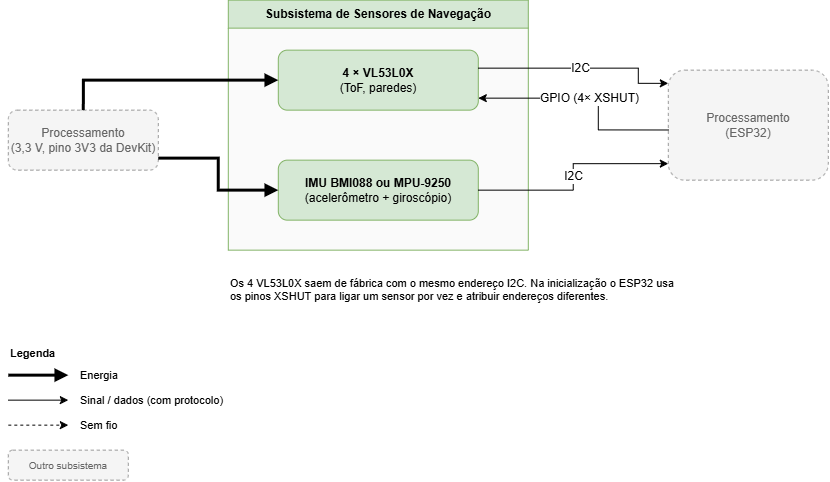
This is hw/Placa de Integração/Diagrama de blocos/Diagrama de blocos-Sensores de Navegação.drawio.png from fcte-pi1/2026.2_PI1_Grupo2_Hilmer, a draw.io export, as it was before one commit. Source tidied: cells renumbered, new cells last; positions are measured from the earlier drawing's top-left corner, leaving out a move shared by most shapes.
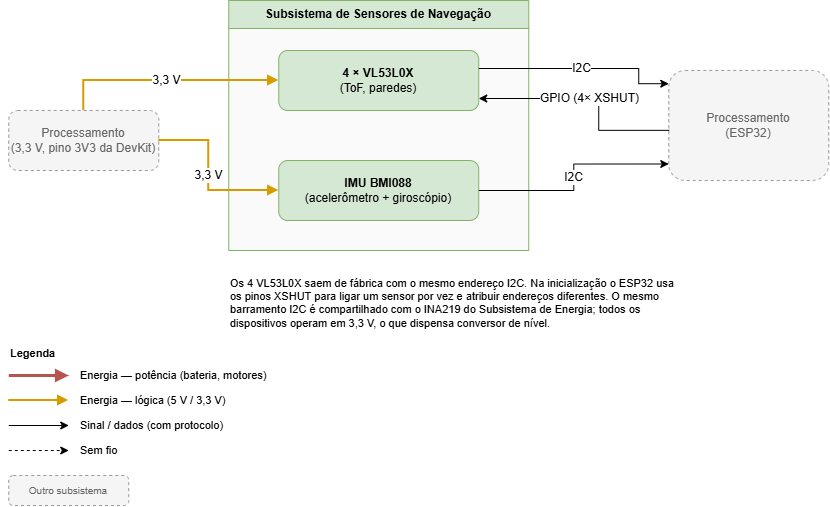
The same file after the commit.

Commit message:
[Hardware] Atualiza diagrama de blocos e projeto conceitual para a arquitetura de alimentação definida

Change to the diagram source:
```diff
@@ -8,7 +8,7 @@
     <mxCell id="3" value="&lt;b&gt;4 × VL53L0X&lt;/b&gt;&lt;br&gt;(ToF, paredes)" style="rounded=1;whiteSpace=wrap;html=1;fillColor=#d5e8d4;strokeColor=#82b366;" parent="2" vertex="1">
       <mxGeometry x="50" y="50" width="200" height="60" as="geometry" />
     </mxCell>
-    <mxCell id="4" value="&lt;b&gt;IMU BMI088 ou MPU-9250&lt;/b&gt;&lt;br&gt;(acelerômetro + giroscópio)" style="rounded=1;whiteSpace=wrap;html=1;fillColor=#d5e8d4;strokeColor=#82b366;" parent="2" vertex="1">
+    <mxCell id="4" value="&lt;b&gt;IMU BMI088&lt;/b&gt;&lt;br&gt;(acelerômetro + giroscópio)" style="rounded=1;whiteSpace=wrap;html=1;fillColor=#d5e8d4;strokeColor=#82b366;" parent="2" vertex="1">
       <mxGeometry x="50" y="160" width="200" height="60" as="geometry" />
     </mxCell>
     <mxCell id="5" value="Processamento&lt;br&gt;(3,3 V, pino 3V3 da DevKit)" style="rounded=1;whiteSpace=wrap;html=1;fillColor=#f5f5f5;strokeColor=#999999;dashed=1;fontColor=#666666;" parent="1" vertex="1">
@@ -17,11 +17,16 @@
     <mxCell id="6" value="Processamento&lt;br&gt;(ESP32)" style="rounded=1;whiteSpace=wrap;html=1;fillColor=#f5f5f5;strokeColor=#999999;dashed=1;fontColor=#666666;" parent="1" vertex="1">
       <mxGeometry x="660" y="70" width="160" height="110" as="geometry" />
     </mxCell>
-    <mxCell id="7" style="edgeStyle=orthogonalEdgeStyle;rounded=0;jettySize=auto;html=1;labelBackgroundColor=#FFFFFF;fontSize=10;strokeWidth=3;endArrow=block;endFill=1;exitX=0.5;exitY=0;exitDx=0;exitDy=0;" parent="1" edge="1" source="5" target="3">
+    <mxCell id="7" value="&lt;font style=&quot;font-size: 12px;&quot;&gt;3,3 V&lt;/font&gt;" style="edgeStyle=orthogonalEdgeStyle;rounded=0;jettySize=auto;html=1;labelBackgroundColor=#FFFFFF;fontSize=10;strokeWidth=2;strokeColor=#D79B00;endArrow=block;endFill=1;exitX=0.5;exitY=0;exitDx=0;exitDy=0;" parent="1" edge="1" source="5" target="3">
       <mxGeometry relative="1" as="geometry" />
     </mxCell>
-    <mxCell id="8" style="edgeStyle=orthogonalEdgeStyle;rounded=0;jettySize=auto;html=1;labelBackgroundColor=#FFFFFF;fontSize=10;strokeWidth=3;endArrow=block;endFill=1;exitX=1;exitY=0.8;exitDx=0;exitDy=0;" parent="1" edge="1" source="5" target="4">
-      <mxGeometry relative="1" as="geometry" />
+    <mxCell id="8" value="&lt;font style=&quot;font-size: 12px;&quot;&gt;3,3 V&lt;/font&gt;" style="edgeStyle=orthogonalEdgeStyle;rounded=0;jettySize=auto;html=1;labelBackgroundColor=#FFFFFF;fontSize=10;strokeWidth=2;strokeColor=#D79B00;endArrow=block;endFill=1;exitX=1;exitY=0.5;exitDx=0;exitDy=0;" parent="1" edge="1" source="5" target="4">
+      <mxGeometry relative="1" as="geometry">
+        <Array as="points">
+          <mxPoint x="200" y="140" />
+          <mxPoint x="200" y="190" />
+        </Array>
+      </mxGeometry>
     </mxCell>
     <mxCell id="9" value="&lt;font style=&quot;font-size: 12px;&quot;&gt;I2C&lt;/font&gt;" style="edgeStyle=orthogonalEdgeStyle;rounded=0;jettySize=auto;html=1;labelBackgroundColor=#FFFFFF;fontSize=10;strokeWidth=1;endArrow=classic;endFill=1;exitX=1;exitY=0.3;exitDx=0;exitDy=0;entryX=0;entryY=0.12;entryDx=0;entryDy=0;" parent="1" edge="1" source="3" target="6">
       <mxGeometry relative="1" as="geometry">
@@ -42,41 +47,50 @@
     <mxCell id="11" value="&lt;font style=&quot;font-size: 12px;&quot;&gt;I2C&lt;/font&gt;" style="edgeStyle=orthogonalEdgeStyle;rounded=0;jettySize=auto;html=1;labelBackgroundColor=#FFFFFF;fontSize=10;strokeWidth=1;endArrow=classic;endFill=1;exitX=1;exitY=0.5;exitDx=0;exitDy=0;entryX=0;entryY=0.85;entryDx=0;entryDy=0;" parent="1" edge="1" source="4" target="6">
       <mxGeometry relative="1" as="geometry" />
     </mxCell>
-    <mxCell id="12" value="Os 4 VL53L0X saem de fábrica com o mesmo endereço I2C. Na inicialização o ESP32 usa os pinos XSHUT para ligar um sensor por vez e atribuir endereços diferentes." style="text;html=1;align=left;verticalAlign=top;whiteSpace=wrap;fontSize=11;" parent="1" vertex="1">
-      <mxGeometry x="220" y="270" width="460" height="40" as="geometry" />
+    <mxCell id="12" value="Os 4 VL53L0X saem de fábrica com o mesmo endereço I2C. Na inicialização o ESP32 usa os pinos XSHUT para ligar um sensor por vez e atribuir endereços diferentes. O mesmo barramento I2C é compartilhado com o INA219 do Subsistema de Energia; todos os dispositivos operam em 3,3 V, o que dispensa conversor de nível." style="text;html=1;align=left;verticalAlign=top;whiteSpace=wrap;fontSize=11;" parent="1" vertex="1">
+      <mxGeometry x="220" y="270" width="460" height="60" as="geometry" />
     </mxCell>
     <mxCell id="13" value="&lt;b&gt;Legenda&lt;/b&gt;" style="text;html=1;align=left;verticalAlign=top;whiteSpace=wrap;fontSize=11;" parent="1" vertex="1">
       <mxGeometry y="340" width="200" height="20" as="geometry" />
     </mxCell>
-    <mxCell id="14" style="edgeStyle=orthogonalEdgeStyle;rounded=0;orthogonalLoop=1;jettySize=auto;html=1;labelBackgroundColor=#FFFFFF;fontSize=10;strokeWidth=3;endArrow=block;endFill=1;" parent="1" edge="1">
+    <mxCell id="14" style="edgeStyle=orthogonalEdgeStyle;rounded=0;orthogonalLoop=1;jettySize=auto;html=1;labelBackgroundColor=#FFFFFF;fontSize=10;strokeWidth=3;strokeColor=#B85450;endArrow=block;endFill=1;" parent="1" edge="1">
       <mxGeometry relative="1" as="geometry">
         <mxPoint y="375" as="sourcePoint" />
         <mxPoint x="60" y="375" as="targetPoint" />
       </mxGeometry>
     </mxCell>
-    <mxCell id="15" value="Energia" style="text;html=1;align=left;verticalAlign=top;whiteSpace=wrap;fontSize=11;verticalAlign=middle;" parent="1" vertex="1">
-      <mxGeometry x="70" y="365" width="200" height="20" as="geometry" />
+    <mxCell id="15" value="Energia — potência (bateria, motores)" style="text;html=1;align=left;verticalAlign=top;whiteSpace=wrap;fontSize=11;verticalAlign=middle;" parent="1" vertex="1">
+      <mxGeometry x="70" y="365" width="240" height="20" as="geometry" />
     </mxCell>
     <mxCell id="16" style="edgeStyle=orthogonalEdgeStyle;rounded=0;orthogonalLoop=1;jettySize=auto;html=1;labelBackgroundColor=#FFFFFF;fontSize=10;strokeWidth=1;endArrow=classic;endFill=1;" parent="1" edge="1">
       <mxGeometry relative="1" as="geometry">
-        <mxPoint y="400" as="sourcePoint" />
-        <mxPoint x="60" y="400" as="targetPoint" />
+        <mxPoint y="425" as="sourcePoint" />
+        <mxPoint x="60" y="425" as="targetPoint" />
       </mxGeometry>
     </mxCell>
     <mxCell id="17" value="Sinal / dados (com protocolo)" style="text;html=1;align=left;verticalAlign=top;whiteSpace=wrap;fontSize=11;verticalAlign=middle;" parent="1" vertex="1">
-      <mxGeometry x="70" y="390" width="200" height="20" as="geometry" />
+      <mxGeometry x="70" y="415" width="200" height="20" as="geometry" />
     </mxCell>
     <mxCell id="18" style="edgeStyle=orthogonalEdgeStyle;rounded=0;orthogonalLoop=1;jettySize=auto;html=1;labelBackgroundColor=#FFFFFF;fontSize=10;strokeWidth=1;endArrow=classic;endFill=1;dashed=1;" parent="1" edge="1">
       <mxGeometry relative="1" as="geometry">
-        <mxPoint y="425" as="sourcePoint" />
-        <mxPoint x="60" y="425" as="targetPoint" />
+        <mxPoint y="450" as="sourcePoint" />
+        <mxPoint x="60" y="450" as="targetPoint" />
       </mxGeometry>
     </mxCell>
     <mxCell id="19" value="Sem fio" style="text;html=1;align=left;verticalAlign=top;whiteSpace=wrap;fontSize=11;verticalAlign=middle;" parent="1" vertex="1">
-      <mxGeometry x="70" y="415" width="200" height="20" as="geometry" />
+      <mxGeometry x="70" y="440" width="200" height="20" as="geometry" />
     </mxCell>
     <mxCell id="20" value="Outro subsistema" style="rounded=1;whiteSpace=wrap;html=1;fillColor=#f5f5f5;strokeColor=#999999;dashed=1;fontColor=#666666;fontSize=10;" parent="1" vertex="1">
-      <mxGeometry y="450" width="120" height="30" as="geometry" />
+      <mxGeometry y="475" width="120" height="30" as="geometry" />
     </mxCell>
+    <mxCell id="21" style="edgeStyle=orthogonalEdgeStyle;rounded=0;orthogonalLoop=1;jettySize=auto;html=1;labelBackgroundColor=#FFFFFF;fontSize=10;strokeWidth=2;strokeColor=#D79B00;endArrow=block;endFill=1;" parent="1" edge="1">
+      <mxGeometry relative="1" as="geometry">
+        <mxPoint y="400" as="sourcePoint" />
+        <mxPoint x="60" y="400" as="targetPoint" />
+      </mxGeometry>
+    </mxCell>
+    <mxCell id="22" value="Energia — lógica (5 V / 3,3 V)" style="text;html=1;align=left;verticalAlign=top;whiteSpace=wrap;fontSize=11;verticalAlign=middle;" parent="1" vertex="1">
+      <mxGeometry x="70" y="390" width="240" height="20" as="geometry" />
+    </mxCell>
   </root>
 </mxGraphModel>
```
